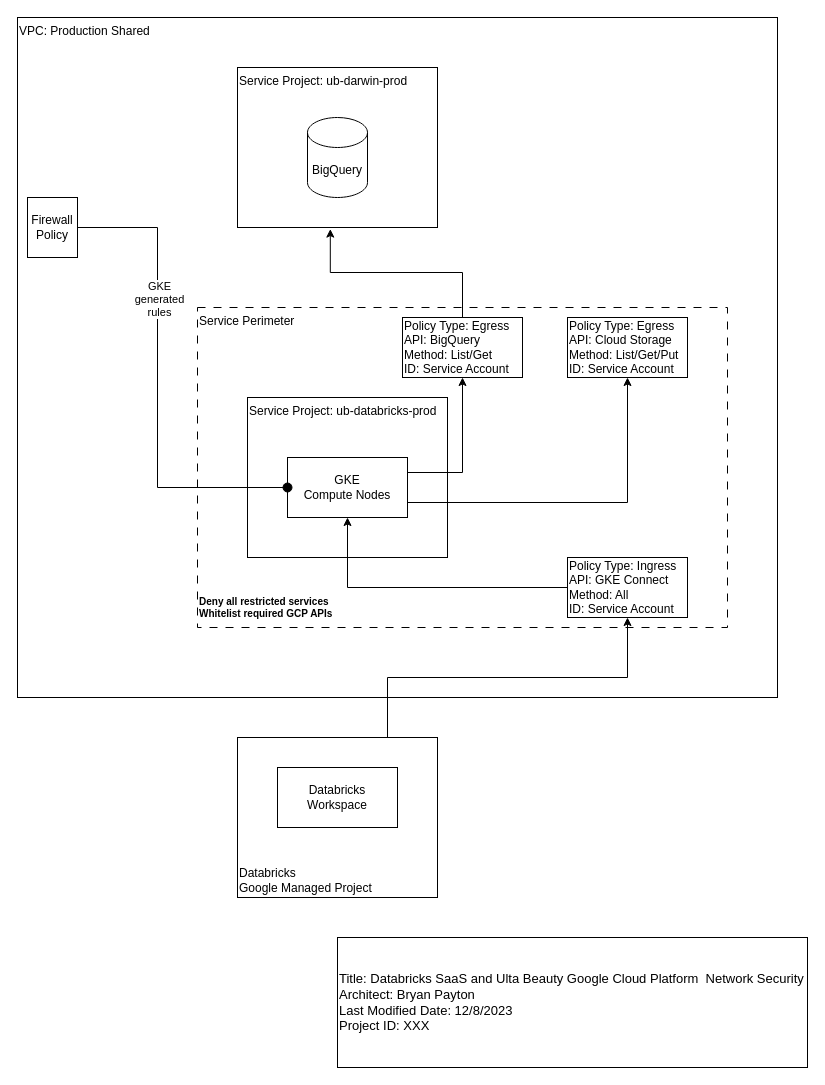
bpayt2/temp keeps this draw.io diagram as page "Network Security" (3 of 7) of images/databricks.drawio. Above is the earlier version. Source tidied: cells renumbered, new cells numbered last; positions are measured from the earlier drawing's top-left corner, leaving out a move shared by most shapes. Both pictures are drawn from the tidied source at 100%, with x=0, y=0 at pixel (17, 17).
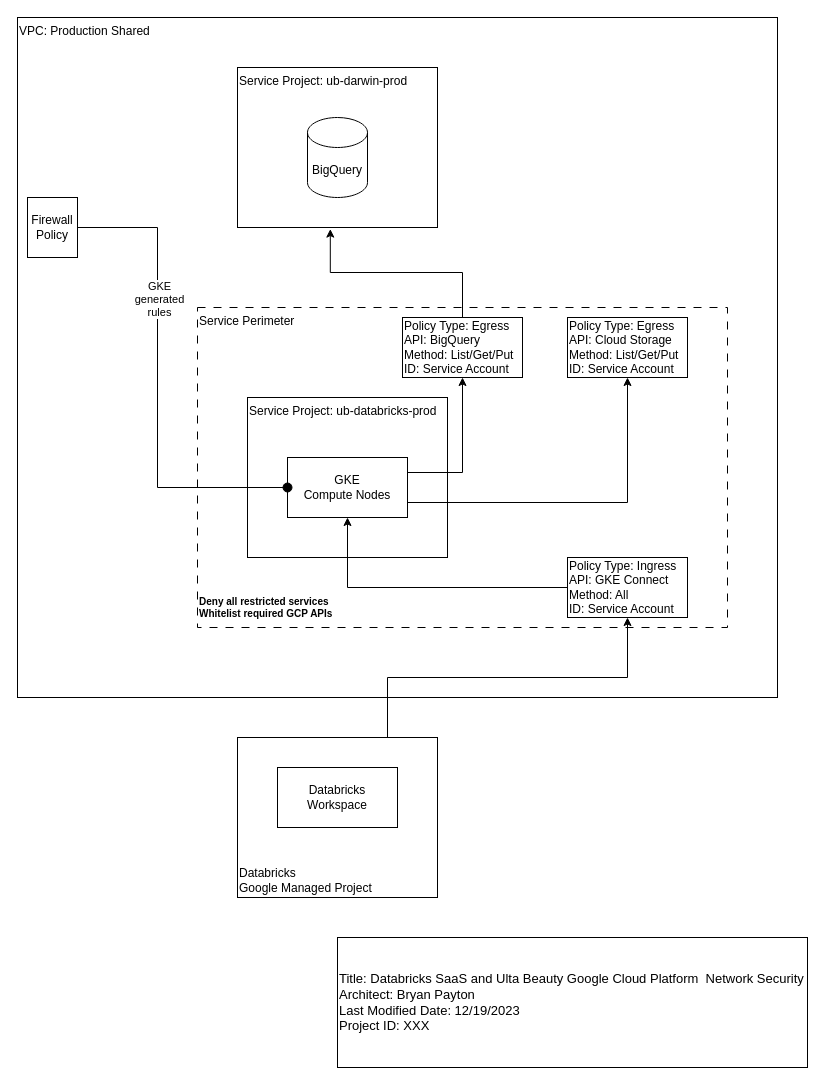
Above is the later version.

Diff of the diagram source:
```diff
@@
-    <mxCell id="5" value="Policy Type: Egress&lt;br&gt;API: BigQuery&lt;br&gt;Method: List/Get&lt;br&gt;ID: Service Account" style="rounded=0;whiteSpace=wrap;html=1;align=left;" parent="1" vertex="1">
+    <mxCell id="5" value="Policy Type: Egress&lt;br&gt;API: BigQuery&lt;br&gt;Method: List/Get/Put&lt;br&gt;ID: Service Account" style="rounded=0;whiteSpace=wrap;html=1;align=left;" parent="1" vertex="1">
       <mxGeometry x="385" y="300" width="120" height="60" as="geometry" />
     </mxCell>
@@
-    <mxCell id="22" value="&lt;font style=&quot;font-size: 13px;&quot;&gt;Title: Databricks SaaS and Ulta Beauty Google Cloud Platform&amp;nbsp; Network Security&lt;br&gt;Architect: Bryan Payton&lt;br&gt;Last Modified Date: 12/8/2023&lt;br&gt;Project ID: XXX&lt;/font&gt;" style="rounded=0;whiteSpace=wrap;html=1;align=left;" parent="1" vertex="1">
+    <mxCell id="22" value="&lt;font style=&quot;font-size: 13px;&quot;&gt;Title: Databricks SaaS and Ulta Beauty Google Cloud Platform&amp;nbsp; Network Security&lt;br&gt;Architect: Bryan Payton&lt;br&gt;Last Modified Date: 12/19/2023&lt;br&gt;Project ID: XXX&lt;/font&gt;" style="rounded=0;whiteSpace=wrap;html=1;align=left;" parent="1" vertex="1">
       <mxGeometry x="320" y="920" width="470" height="130" as="geometry" />
     </mxCell>
```
